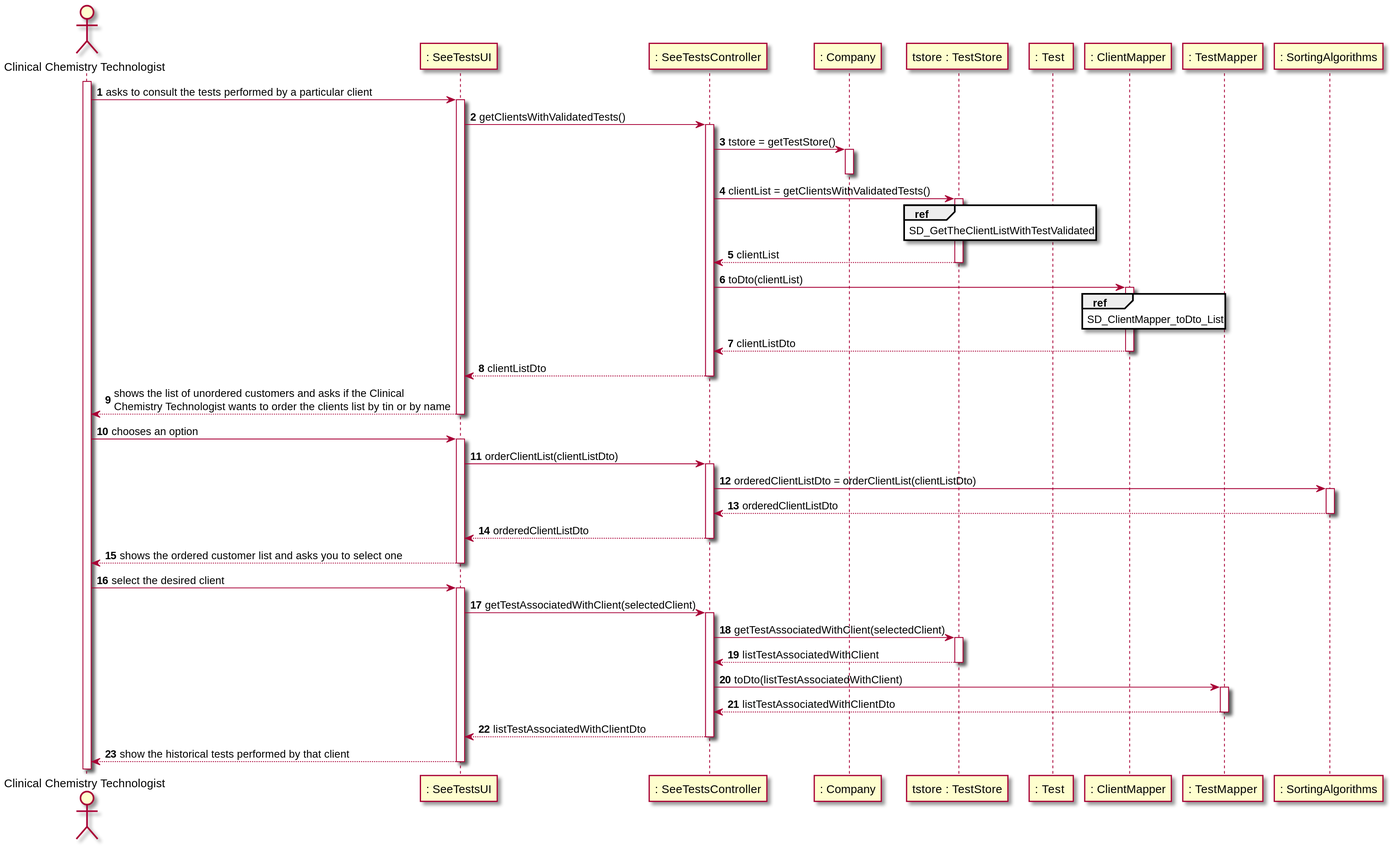
manu-07-ela/LAPR2_ISEP keeps this PlantUML diagram as docs/SprintD/US13/US13_SD.svg. Above is the earlier version.
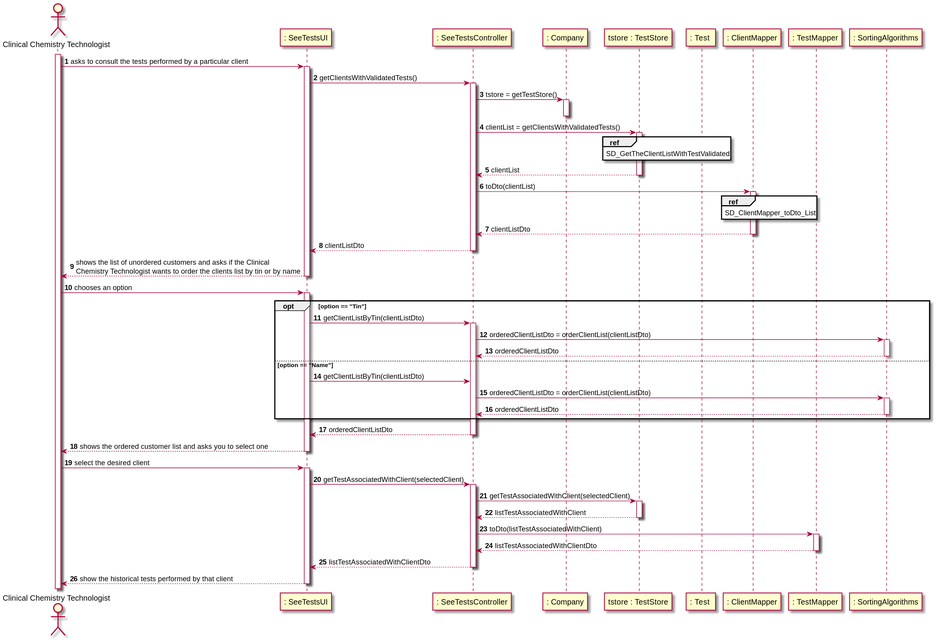
The same file after the commit.

Diff of the diagram source:
```diff
@@ -41,13 +41,22 @@
 
 CCT -> UI : chooses an option
 activate UI
-UI->CONTROLLER : orderClientList(clientListDto)
+opt option == "Tin"
+UI->CONTROLLER : getClientListByTin(clientListDto)
 activate CONTROLLER
 CONTROLLER->ALGORITHM : orderedClientListDto = orderClientList(clientListDto)
 activate ALGORITHM
 ALGORITHM-->CONTROLLER : orderedClientListDto
 deactivate ALGORITHM
 deactivate CLIENTMAPPER
+else option == "Name"
+UI->CONTROLLER : getClientListByTin(clientListDto)
+CONTROLLER->ALGORITHM : orderedClientListDto = orderClientList(clientListDto)
+activate ALGORITHM
+ALGORITHM-->CONTROLLER : orderedClientListDto
+deactivate ALGORITHM
+deactivate CLIENTMAPPER
+end
 CONTROLLER-->UI : orderedClientListDto
 deactivate CONTROLLER
 UI--> CCT : shows the ordered customer list and asks you to select one
```
